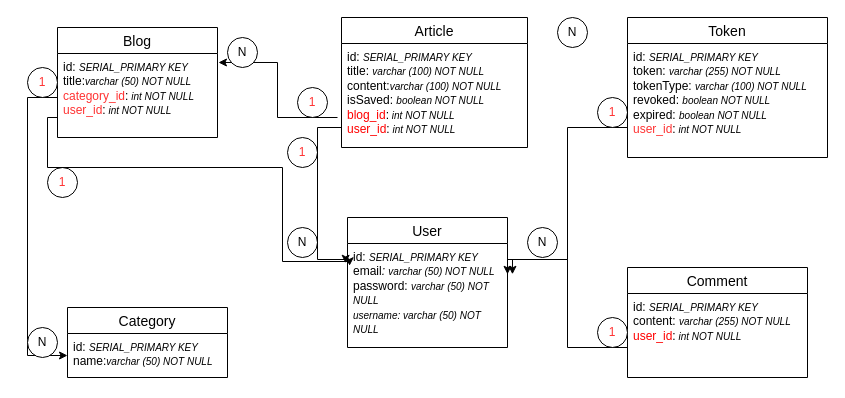
Before: page "MPD" (2 of 7) of Diagramme sans nom.drawio in Ali0908/BDD_UML, a draw.io diagram. Source tidied: cells renumbered, new cells numbered last; positions are measured from the earlier drawing's top-left corner, leaving out a move shared by most shapes. Both pictures are drawn from the tidied source at 100%, with x=0, y=0 at pixel (27, 17).
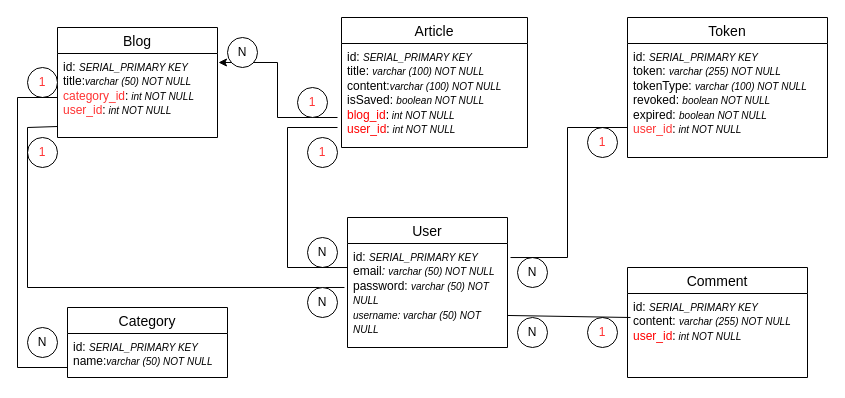
The same page after the edit.

Unchanged cells that the change refers to:
```xml
<mxCell id="3" value="&lt;div&gt;id: &lt;font style=&quot;font-size: 10px;&quot;&gt;&lt;i&gt;SERIAL_PRIMARY KEY&lt;/i&gt;&lt;/font&gt;&lt;/div&gt;email&lt;i&gt;: &lt;/i&gt;&lt;font style=&quot;font-size: 10px;&quot;&gt;&lt;i&gt;varchar (50) NOT NULL&lt;/i&gt;&lt;/font&gt;&lt;div&gt;password:  &lt;font style=&quot;font-size: 10px;&quot;&gt;&lt;i&gt;varchar (50) NOT NULL&lt;/i&gt;&lt;/font&gt;&lt;/div&gt;&lt;div&gt;&lt;font style=&quot;font-size: 10px;&quot;&gt;&lt;i&gt;username: &lt;/i&gt;&lt;/font&gt;&lt;i&gt;&lt;/i&gt;&lt;font style=&quot;font-size: 10px;&quot;&gt;&lt;i&gt;varchar (50) NOT NULL&lt;/i&gt;&lt;/font&gt;&lt;/div&gt;" style="text;strokeColor=none;fillColor=none;spacingLeft=4;spacingRight=4;overflow=hidden;points=[[0,0.5],[1,0.5]];portConstraint=eastwest;fontSize=12;whiteSpace=wrap;html=1;" parent="2" vertex="1">
  <mxGeometry y="26" width="160" height="104" as="geometry" />
</mxCell>
<mxCell id="5" value="&lt;div&gt;id: &lt;font style=&quot;font-size: 10px;&quot;&gt;&lt;i&gt;SERIAL_PRIMARY KEY&lt;/i&gt;&lt;/font&gt;&lt;/div&gt;&lt;div&gt;title:&lt;i&gt;&lt;/i&gt;&lt;font style=&quot;font-size: 10px;&quot;&gt;&lt;i&gt;varchar (50) NOT NULL&lt;/i&gt;&lt;/font&gt;&lt;/div&gt;&lt;div&gt;&lt;font color=&quot;#ff3333&quot;&gt;category_id&lt;/font&gt;:&lt;font style=&quot;font-size: 10px;&quot;&gt;&lt;i&gt; int NOT NULL&lt;/i&gt;&lt;/font&gt;&lt;/div&gt;&lt;div&gt;&lt;font color=&quot;#ff3333&quot;&gt;user_id&lt;/font&gt;:&lt;font style=&quot;font-size: 10px;&quot;&gt;&lt;i&gt; int NOT NULL&lt;/i&gt;&lt;/font&gt;&lt;/div&gt;" style="text;strokeColor=none;fillColor=none;spacingLeft=4;spacingRight=4;overflow=hidden;points=[[0,0.5],[1,0.5]];portConstraint=eastwest;fontSize=12;whiteSpace=wrap;html=1;" parent="4" vertex="1">
  <mxGeometry y="26" width="160" height="84" as="geometry" />
</mxCell>
<mxCell id="7" value="&lt;div&gt;id: &lt;font style=&quot;font-size: 10px;&quot;&gt;&lt;i&gt;SERIAL_PRIMARY KEY&lt;/i&gt;&lt;/font&gt;&lt;/div&gt;&lt;div&gt;content: &lt;font style=&quot;font-size: 10px;&quot;&gt;&lt;i&gt;varchar (255) NOT NULL&lt;/i&gt;&lt;/font&gt;&lt;/div&gt;&lt;div&gt;&lt;font color=&quot;#ff0000&quot;&gt;user_id&lt;/font&gt;:&lt;font style=&quot;font-size: 10px;&quot;&gt;&lt;i&gt; int NOT NULL&lt;/i&gt;&lt;/font&gt;&lt;/div&gt;" style="text;strokeColor=none;fillColor=none;spacingLeft=4;spacingRight=4;overflow=hidden;points=[[0,0.5],[1,0.5]];portConstraint=eastwest;fontSize=12;whiteSpace=wrap;html=1;" parent="6" vertex="1">
  <mxGeometry y="26" width="180" height="84" as="geometry" />
</mxCell>
<mxCell id="9" value="&lt;div&gt;id: &lt;font style=&quot;font-size: 10px;&quot;&gt;&lt;i&gt;SERIAL_PRIMARY KEY&lt;/i&gt;&lt;/font&gt;&lt;/div&gt;&lt;div&gt;name:&lt;i&gt;&lt;/i&gt;&lt;font style=&quot;font-size: 10px;&quot;&gt;&lt;i&gt;varchar (50) NOT NULL&lt;/i&gt;&lt;/font&gt;&lt;/div&gt;&lt;div&gt;&lt;br&gt;&lt;/div&gt;" style="text;strokeColor=none;fillColor=none;spacingLeft=4;spacingRight=4;overflow=hidden;points=[[0,0.5],[1,0.5]];portConstraint=eastwest;fontSize=12;whiteSpace=wrap;html=1;" parent="8" vertex="1">
  <mxGeometry y="26" width="160" height="44" as="geometry" />
</mxCell>
<mxCell id="26" value="&lt;div&gt;id: &lt;font style=&quot;font-size: 10px;&quot;&gt;&lt;i&gt;SERIAL_PRIMARY KEY&lt;/i&gt;&lt;/font&gt;&lt;/div&gt;&lt;div&gt;title: &lt;font style=&quot;font-size: 10px;&quot;&gt;&lt;i&gt;varchar (100) NOT NULL&lt;/i&gt;&lt;/font&gt;&lt;br&gt;&lt;/div&gt;&lt;div&gt;content:&lt;font style=&quot;font-size: 10px;&quot;&gt;&lt;i&gt;varchar (100) NOT NULL&lt;/i&gt;&lt;/font&gt;&lt;/div&gt;&lt;div&gt;isSaved: &lt;i&gt;&lt;font style=&quot;font-size: 10px;&quot;&gt;boolean NOT NULL&lt;/font&gt;&lt;/i&gt;&lt;/div&gt;&lt;div&gt;&lt;font color=&quot;#ff0000&quot;&gt;blog_id&lt;/font&gt;:&lt;font style=&quot;font-size: 10px;&quot;&gt;&lt;i&gt; int NOT NULL&lt;/i&gt;&lt;/font&gt;&lt;br&gt;&lt;font color=&quot;#ff0000&quot;&gt;user_id&lt;/font&gt;:&lt;font style=&quot;font-size: 10px;&quot;&gt;&lt;i&gt; int NOT NULL&lt;/i&gt;&lt;/font&gt;&lt;/div&gt;" style="text;strokeColor=none;fillColor=none;spacingLeft=4;spacingRight=4;overflow=hidden;points=[[0,0.5],[1,0.5]];portConstraint=eastwest;fontSize=12;whiteSpace=wrap;html=1;" parent="25" vertex="1">
  <mxGeometry y="26" width="186" height="104" as="geometry" />
</mxCell>
```

The edit, as a diff of the source:
```diff
@@
     <mxCell id="10" value="&lt;font color=&quot;#ff3333&quot;&gt;1&lt;/font&gt;" style="ellipse;whiteSpace=wrap;html=1;" parent="1" vertex="1">
-      <mxGeometry x="260" y="120" width="30" height="30" as="geometry" />
+      <mxGeometry x="280" y="120" width="30" height="30" as="geometry" />
     </mxCell>
     <mxCell id="11" value="N" style="ellipse;whiteSpace=wrap;html=1;" parent="1" vertex="1">
-      <mxGeometry x="530" width="30" height="30" as="geometry" />
+      <mxGeometry x="490" y="300" width="30" height="30" as="geometry" />
     </mxCell>
@@
     <mxCell id="15" value="N" style="ellipse;whiteSpace=wrap;html=1;" parent="1" vertex="1">
-      <mxGeometry x="260" y="210" width="30" height="30" as="geometry" />
+      <mxGeometry x="280" y="220" width="30" height="30" as="geometry" />
     </mxCell>
-    <mxCell id="16" style="edgeStyle=orthogonalEdgeStyle;rounded=0;jettySize=auto;html=1;entryX=0;entryY=0.5;entryDx=0;entryDy=0;elbow=vertical;" parent="1" edge="1" source="5" target="9">
-      <mxGeometry relative="1" as="geometry">
-        <Array as="points">
-          <mxPoint y="80" />
-          <mxPoint y="338" />
-        </Array>
-      </mxGeometry>
-    </mxCell>
-    <mxCell id="17" style="edgeStyle=orthogonalEdgeStyle;rounded=0;jettySize=auto;html=1;entryX=1.031;entryY=0.296;entryDx=0;entryDy=0;entryPerimeter=0;elbow=vertical;" parent="1" edge="1" target="3">
-      <mxGeometry relative="1" as="geometry">
-        <mxPoint x="600" y="110" as="sourcePoint" />
-        <Array as="points">
-          <mxPoint x="540" y="110" />
-          <mxPoint x="540" y="242" />
-        </Array>
-      </mxGeometry>
-    </mxCell>
-    <mxCell id="18" style="edgeStyle=orthogonalEdgeStyle;rounded=0;jettySize=auto;html=1;entryX=1;entryY=0.296;entryDx=0;entryDy=0;entryPerimeter=0;elbow=vertical;" parent="1" edge="1" source="7" target="3">
-      <mxGeometry relative="1" as="geometry">
-        <Array as="points">
-          <mxPoint x="540" y="330" />
-          <mxPoint x="540" y="242" />
-        </Array>
-      </mxGeometry>
-    </mxCell>
     <mxCell id="19" value="&lt;font color=&quot;#ff3333&quot;&gt;1&lt;/font&gt;" style="ellipse;whiteSpace=wrap;html=1;" parent="1" vertex="1">
-      <mxGeometry x="570" y="80" width="30" height="30" as="geometry" />
+      <mxGeometry x="560" y="110" width="30" height="30" as="geometry" />
     </mxCell>
     <mxCell id="20" value="&lt;font color=&quot;#ff3333&quot;&gt;1&lt;/font&gt;" style="ellipse;whiteSpace=wrap;html=1;" parent="1" vertex="1">
-      <mxGeometry x="570" y="300" width="30" height="30" as="geometry" />
+      <mxGeometry x="560" y="300" width="30" height="30" as="geometry" />
     </mxCell>
     <mxCell id="21" value="N" style="ellipse;whiteSpace=wrap;html=1;" parent="1" vertex="1">
-      <mxGeometry x="500" y="210" width="30" height="30" as="geometry" />
+      <mxGeometry x="490" y="240" width="30" height="30" as="geometry" />
     </mxCell>
@@
     <mxCell id="23" value="&lt;font color=&quot;#ff3333&quot;&gt;1&lt;/font&gt;" style="ellipse;whiteSpace=wrap;html=1;" parent="1" vertex="1">
-      <mxGeometry x="20" y="150" width="30" height="30" as="geometry" />
+      <mxGeometry y="120" width="30" height="30" as="geometry" />
     </mxCell>
@@
-    <mxCell id="29" style="edgeStyle=orthogonalEdgeStyle;rounded=0;jettySize=auto;html=1;entryX=-0.012;entryY=0.19;entryDx=0;entryDy=0;entryPerimeter=0;elbow=vertical;" parent="1" edge="1" source="26" target="3">
-      <mxGeometry relative="1" as="geometry">
-        <Array as="points">
-          <mxPoint x="290" y="110" />
-          <mxPoint x="290" y="242" />
-        </Array>
-      </mxGeometry>
-    </mxCell>
-    <mxCell id="30" style="edgeStyle=orthogonalEdgeStyle;rounded=0;jettySize=auto;html=1;entryX=0.013;entryY=0.214;entryDx=0;entryDy=0;entryPerimeter=0;elbow=vertical;" parent="1" edge="1" source="5" target="3">
-      <mxGeometry relative="1" as="geometry">
-        <Array as="points">
-          <mxPoint x="20" y="100" />
-          <mxPoint x="20" y="150" />
-          <mxPoint x="255" y="150" />
-          <mxPoint x="255" y="244" />
-        </Array>
-      </mxGeometry>
-    </mxCell>
+    <mxCell id="31" style="endArrow=none;html=1;rounded=0;exitX=0;exitY=0.773;exitDx=0;exitDy=0;exitPerimeter=0;" parent="1" edge="1" source="9">
+      <mxGeometry relative="1" as="geometry">
+        <mxPoint x="30" y="80" as="targetPoint" />
+        <Array as="points">
+          <mxPoint x="-10" y="350" />
+          <mxPoint x="-10" y="80" />
+        </Array>
+      </mxGeometry>
+    </mxCell>
+    <mxCell id="32" style="endArrow=none;html=1;rounded=0;exitX=-0.019;exitY=0.423;exitDx=0;exitDy=0;entryX=0;entryY=0.869;entryDx=0;entryDy=0;entryPerimeter=0;exitPerimeter=0;" parent="1" edge="1" source="3" target="5">
+      <mxGeometry relative="1" as="geometry">
+        <Array as="points">
+          <mxPoint y="270" />
+          <mxPoint y="110" />
+        </Array>
+      </mxGeometry>
+    </mxCell>
+    <mxCell id="33" style="endArrow=none;html=1;rounded=0;exitX=0;exitY=0.231;exitDx=0;exitDy=0;exitPerimeter=0;" parent="1" edge="1" source="3">
+      <mxGeometry relative="1" as="geometry">
+        <mxPoint x="310" y="110" as="targetPoint" />
+        <Array as="points">
+          <mxPoint x="260" y="250" />
+          <mxPoint x="260" y="110" />
+        </Array>
+      </mxGeometry>
+    </mxCell>
+    <mxCell id="34" value="N" style="ellipse;whiteSpace=wrap;html=1;" parent="1" vertex="1">
+      <mxGeometry x="280" y="270" width="30" height="30" as="geometry" />
+    </mxCell>
+    <mxCell id="35" style="endArrow=none;html=1;rounded=0;exitX=1.019;exitY=0.135;exitDx=0;exitDy=0;exitPerimeter=0;" parent="1" edge="1" source="3">
+      <mxGeometry relative="1" as="geometry">
+        <mxPoint x="600" y="110" as="targetPoint" />
+        <Array as="points">
+          <mxPoint x="540" y="240" />
+          <mxPoint x="540" y="110" />
+        </Array>
+      </mxGeometry>
+    </mxCell>
+    <mxCell id="36" style="endArrow=none;html=1;rounded=0;exitX=1;exitY=0.692;exitDx=0;exitDy=0;exitPerimeter=0;" parent="1" edge="1" source="3">
+      <mxGeometry relative="1" as="geometry">
+        <mxPoint x="603" y="300" as="targetPoint" />
+      </mxGeometry>
+    </mxCell>
```
